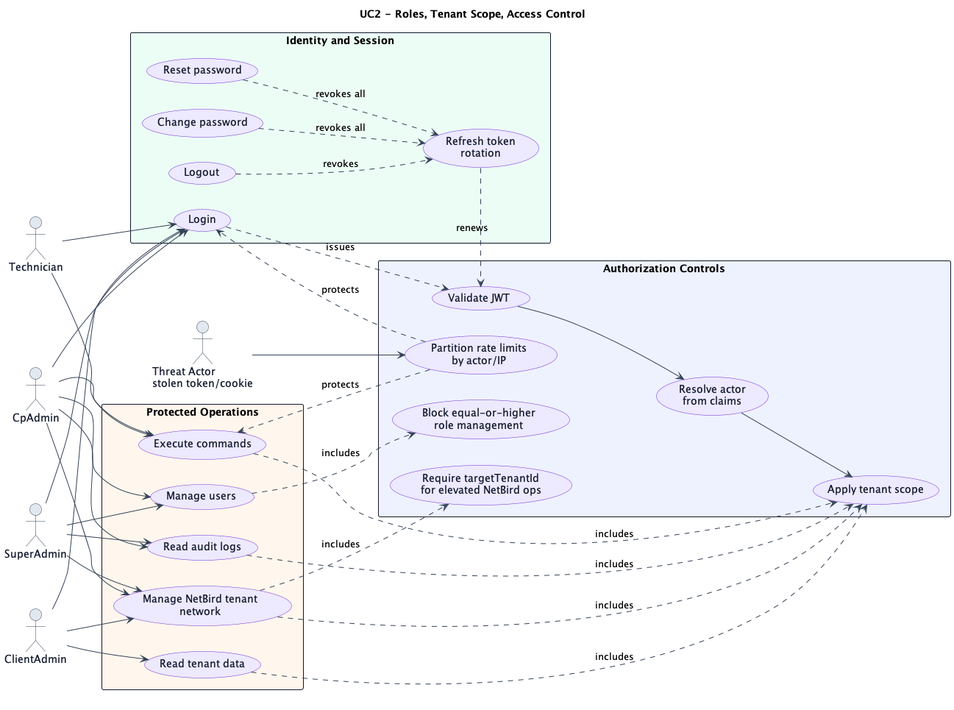
Above: diagrams/use-case/uc2-roles-and-access.png in mahir-m01/NetLock-RMM-API-Layer (PlantUML), before the change.
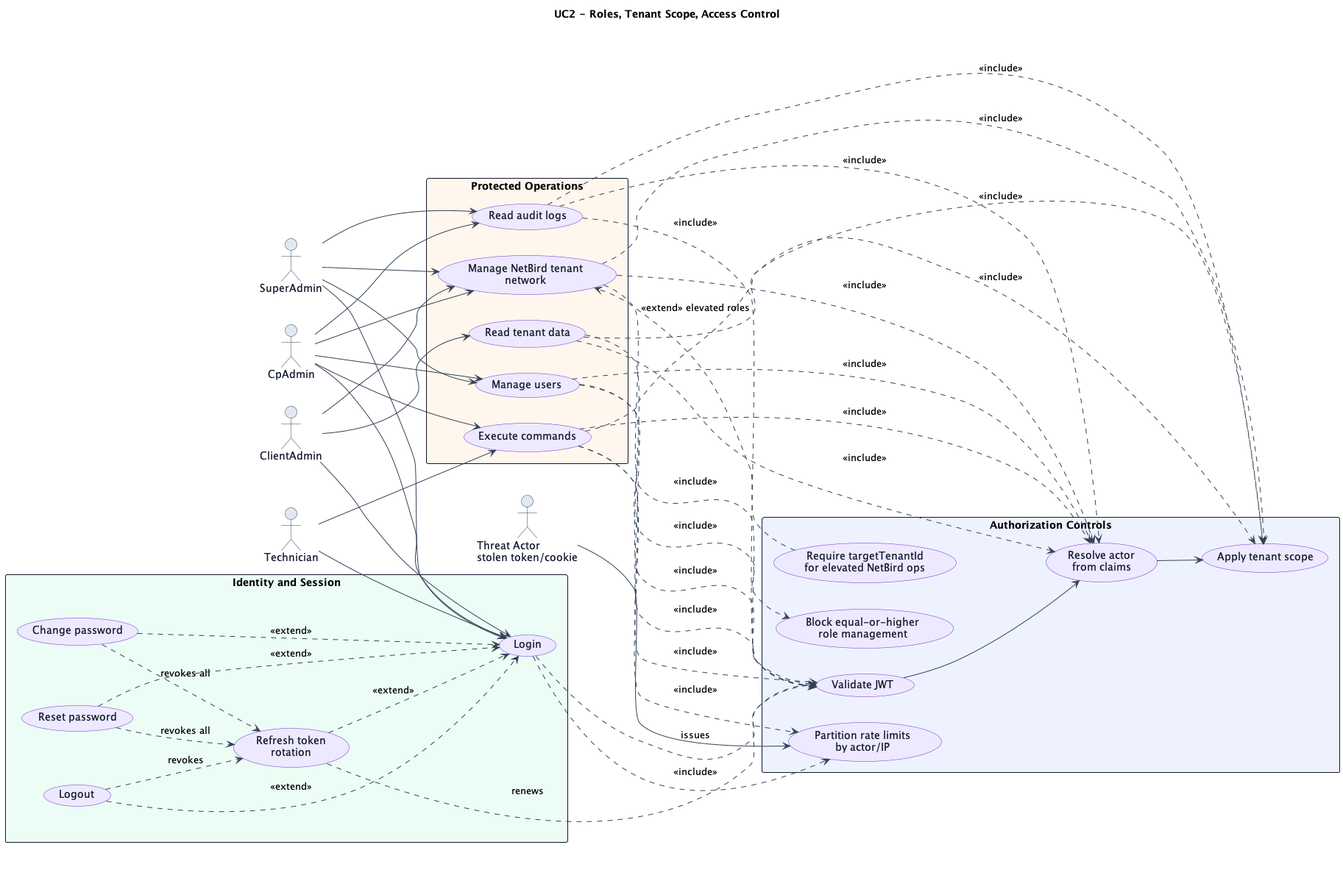
Above is the later version.

Commit message:
docs: add UML include extend use-case relations

Change to the diagram source:
```diff
@@ -67,16 +67,31 @@
 ChangePassword ..> Refresh : revokes all
 ResetPassword ..> Refresh : revokes all
 
-ManageUsers ..> RoleCeiling : includes
-ReadTenant ..> TenantScope : includes
-Commands ..> TenantScope : includes
-NetBirdOps ..> TargetTenant : includes
-NetBirdOps ..> TenantScope : includes
-Audit ..> TenantScope : includes
+Refresh ..> Login : <<extend>>
+Logout ..> Login : <<extend>>
+ChangePassword ..> Login : <<extend>>
+ResetPassword ..> Login : <<extend>>
+
+ManageUsers ..> Jwt : <<include>>
+ManageUsers ..> Actor : <<include>>
+ManageUsers ..> RoleCeiling : <<include>>
+ReadTenant ..> Jwt : <<include>>
+ReadTenant ..> Actor : <<include>>
+ReadTenant ..> TenantScope : <<include>>
+Commands ..> Jwt : <<include>>
+Commands ..> Actor : <<include>>
+Commands ..> TenantScope : <<include>>
+NetBirdOps ..> Jwt : <<include>>
+NetBirdOps ..> Actor : <<include>>
+NetBirdOps ..> TenantScope : <<include>>
+Audit ..> Jwt : <<include>>
+Audit ..> Actor : <<include>>
+Audit ..> TenantScope : <<include>>
+TargetTenant ..> NetBirdOps : <<extend>> elevated roles
 
 Jwt --> Actor
 Actor --> TenantScope
 Threat --> RateLimit
-RateLimit ..> Login : protects
-RateLimit ..> Commands : protects
+Login ..> RateLimit : <<include>>
+Commands ..> RateLimit : <<include>>
 @enduml
```
